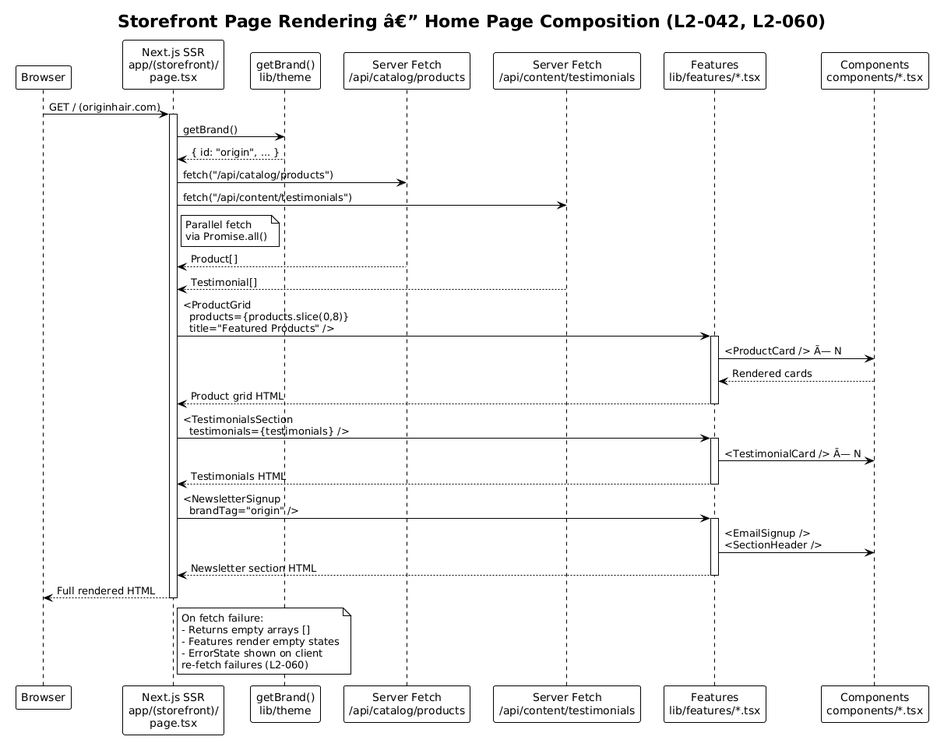
Earlier version of the PlantUML export docs/detailed-designs/01-platform-architecture/diagrams/seq-page-render.png (QuinntyneBrown/CrownCommerce). Source of this version:
```plantuml
@startuml
!theme plain

title Storefront Page Rendering â€” Home Page Composition (L2-042, L2-060)

participant "Browser" as browser
participant "Next.js SSR\napp/(storefront)/\npage.tsx" as page
participant "getBrand()\nlib/theme" as brand
participant "Server Fetch\n/api/catalog/products" as catalog
participant "Server Fetch\n/api/content/testimonials" as content
participant "Features\nlib/features/*.tsx" as features
participant "Components\ncomponents/*.tsx" as components

browser -> page: GET / (originhair.com)
activate page

page -> brand: getBrand()
brand --> page: { id: "origin", ... }

page -> catalog: fetch("/api/catalog/products")
page -> content: fetch("/api/content/testimonials")
note right of page: Parallel fetch\nvia Promise.all()

catalog --> page: Product[]
content --> page: Testimonial[]

page -> features: <ProductGrid\n  products={products.slice(0,8)}\n  title="Featured Products" />
activate features
features -> components: <ProductCard /> Ã— N
components --> features: Rendered cards
features --> page: Product grid HTML
deactivate features

page -> features: <TestimonialsSection\n  testimonials={testimonials} />
activate features
features -> components: <TestimonialCard /> Ã— N
features --> page: Testimonials HTML
deactivate features

page -> features: <NewsletterSignup\n  brandTag="origin" />
activate features
features -> components: <EmailSignup />\n<SectionHeader />
features --> page: Newsletter section HTML
deactivate features

page --> browser: Full rendered HTML

deactivate page

note right of page
  On fetch failure:
  - Returns empty arrays []
  - Features render empty states
  - ErrorState shown on client
  re-fetch failures (L2-060)
end note
@enduml
```
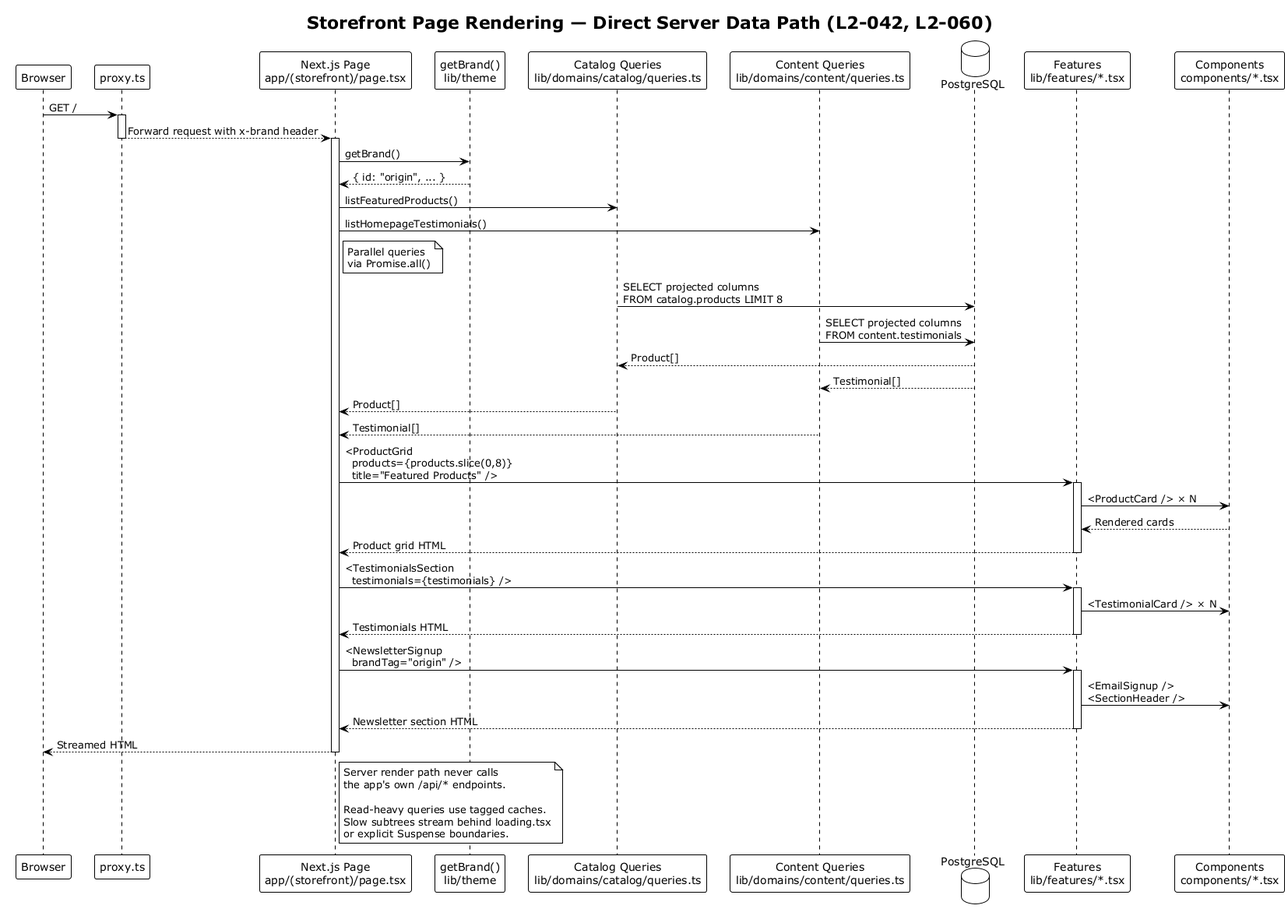
After the change.

Diff of the diagram source:
```diff
@@ -1,39 +1,50 @@
-@startuml
+@startuml seq-page-render
 !theme plain
 
-title Storefront Page Rendering â€” Home Page Composition (L2-042, L2-060)
+title Storefront Page Rendering — Direct Server Data Path (L2-042, L2-060)
 
 participant "Browser" as browser
-participant "Next.js SSR\napp/(storefront)/\npage.tsx" as page
+participant "proxy.ts" as proxy
+participant "Next.js Page\napp/(storefront)/page.tsx" as page
 participant "getBrand()\nlib/theme" as brand
-participant "Server Fetch\n/api/catalog/products" as catalog
-participant "Server Fetch\n/api/content/testimonials" as content
+participant "Catalog Queries\nlib/domains/catalog/queries.ts" as catalog
+participant "Content Queries\nlib/domains/content/queries.ts" as content
+database "PostgreSQL" as db
 participant "Features\nlib/features/*.tsx" as features
 participant "Components\ncomponents/*.tsx" as components
 
-browser -> page: GET / (originhair.com)
+browser -> proxy: GET /
+activate proxy
+proxy --> page: Forward request with x-brand header
+deactivate proxy
+
 activate page
 
 page -> brand: getBrand()
 brand --> page: { id: "origin", ... }
 
-page -> catalog: fetch("/api/catalog/products")
-page -> content: fetch("/api/content/testimonials")
-note right of page: Parallel fetch\nvia Promise.all()
+page -> catalog: listFeaturedProducts()
+page -> content: listHomepageTestimonials()
+note right of page: Parallel queries\nvia Promise.all()
 
+catalog -> db: SELECT projected columns\nFROM catalog.products LIMIT 8
+content -> db: SELECT projected columns\nFROM content.testimonials
+
+db --> catalog: Product[]
+db --> content: Testimonial[]
 catalog --> page: Product[]
 content --> page: Testimonial[]
 
 page -> features: <ProductGrid\n  products={products.slice(0,8)}\n  title="Featured Products" />
 activate features
-features -> components: <ProductCard /> Ã— N
+features -> components: <ProductCard /> × N
 components --> features: Rendered cards
 features --> page: Product grid HTML
 deactivate features
 
 page -> features: <TestimonialsSection\n  testimonials={testimonials} />
 activate features
-features -> components: <TestimonialCard /> Ã— N
+features -> components: <TestimonialCard /> × N
 features --> page: Testimonials HTML
 deactivate features
 
@@ -43,15 +54,17 @@
 features --> page: Newsletter section HTML
 deactivate features
 
-page --> browser: Full rendered HTML
+page --> browser: Streamed HTML
 
 deactivate page
 
 note right of page
-  On fetch failure:
-  - Returns empty arrays []
-  - Features render empty states
-  - ErrorState shown on client
-  re-fetch failures (L2-060)
+  Server render path never calls
+  the app's own /api/* endpoints.
+
+  Read-heavy queries use tagged caches.
+  Slow subtrees stream behind loading.tsx
+  or explicit Suspense boundaries.
 end note
+
 @enduml
```
